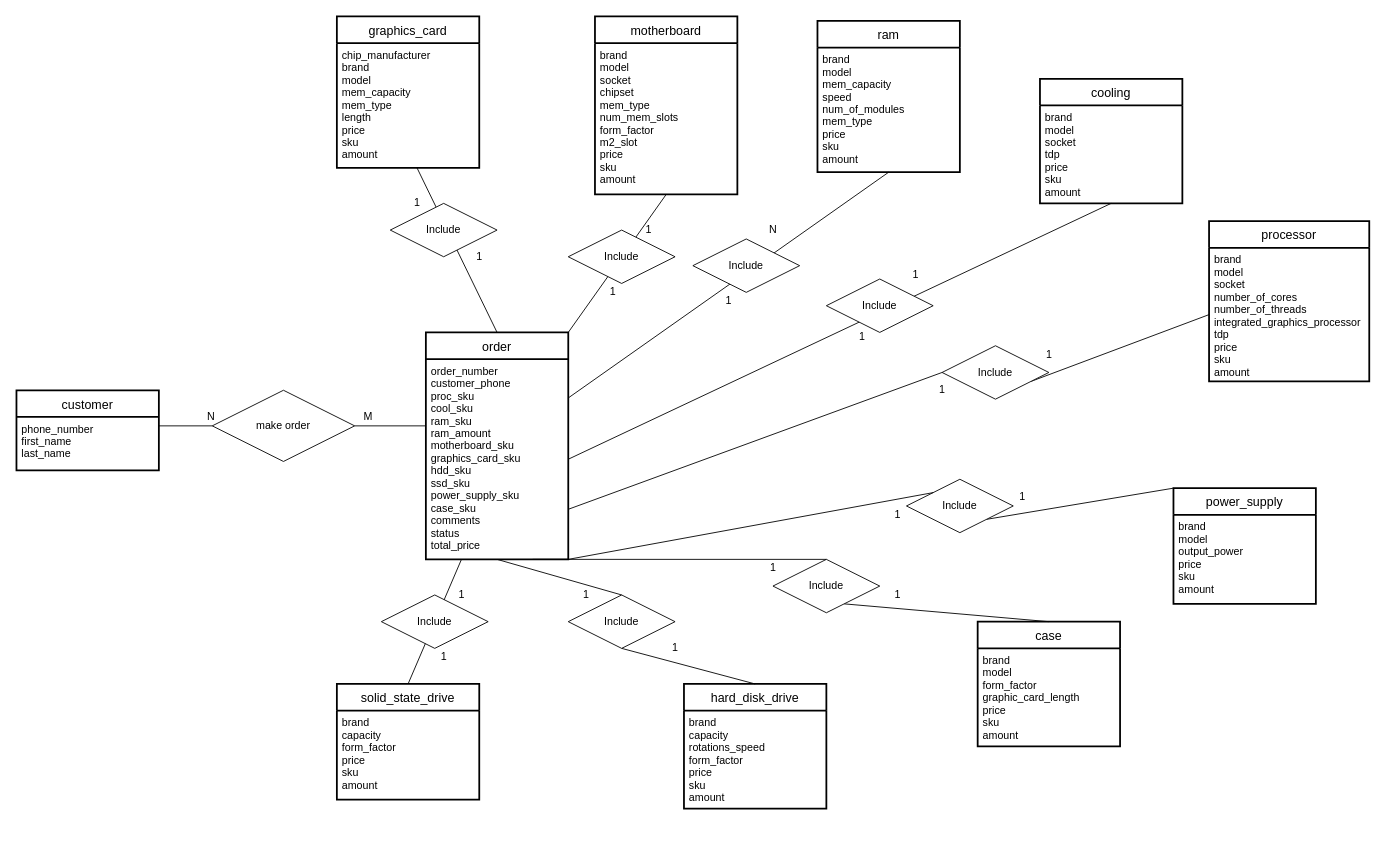
Above: Help/comuter_shop.drawio in RaEzhov/sql_project (draw.io), before the change. Source tidied: cells renumbered, new cells numbered last; positions are measured from the earlier drawing's top-left corner, leaving out a move shared by most shapes. Both pictures are drawn from the tidied source at 89%, with x=0, y=0 at pixel (16, 16).
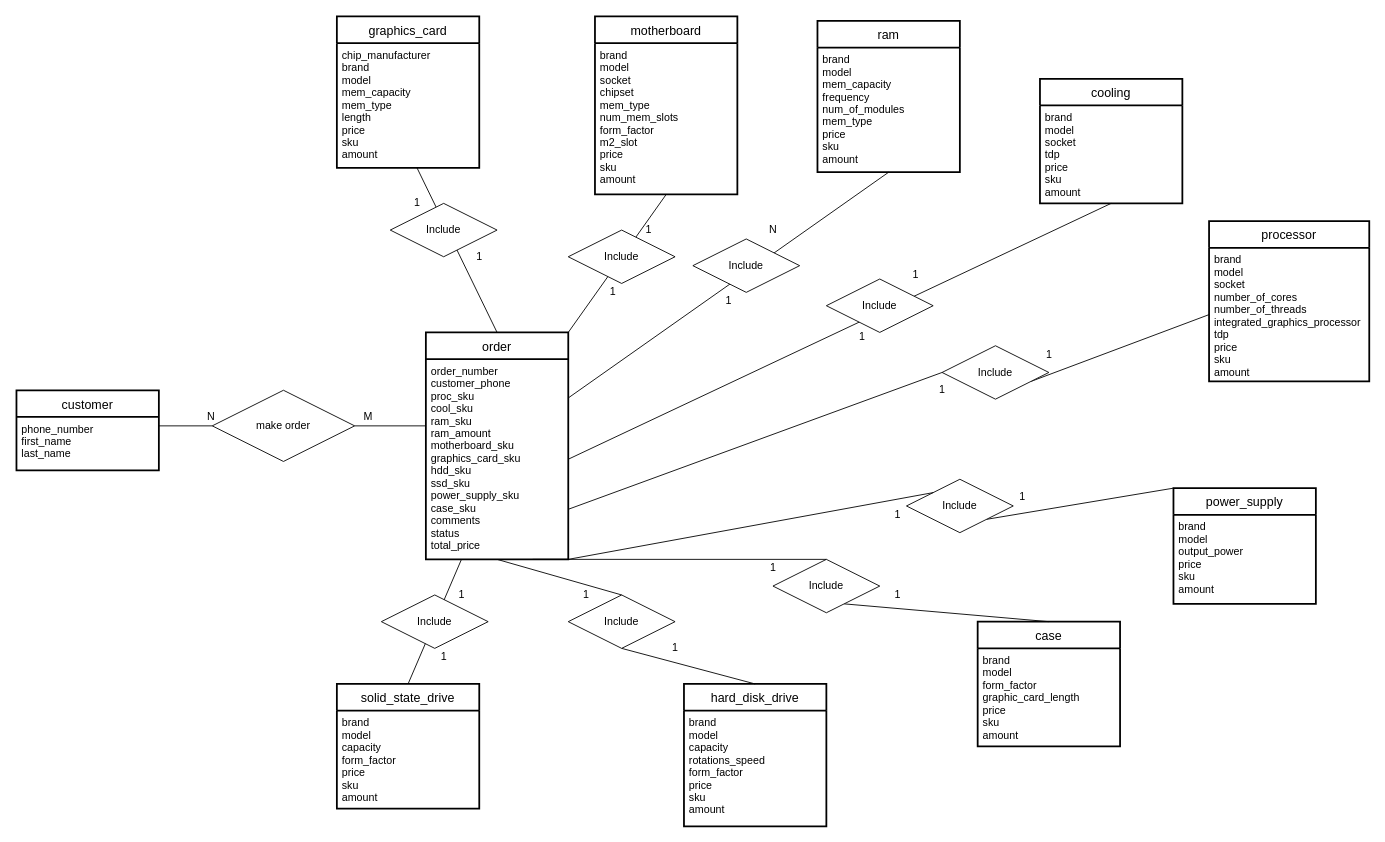
Above is the later version.

Commit message (it also covers changes not shown here):
Added to Readme, xslx and drawio are ended

Unchanged cells that the change refers to:
```xml
<mxCell id="6" value="ram" style="swimlane;horizontal=1;startSize=30;rounded=0;fontSize=14;fontStyle=0;strokeWidth=2;shadow=0;dashed=0;align=center;fontFamily=Helvetica;" parent="1" vertex="1">
  <mxGeometry x="900" y="5" width="160" height="170" as="geometry" />
</mxCell>
```

The edit, as a diff of the source:
```diff
@@
-    <mxCell id="7" value="brand&#10;model&#10;mem_capacity&#10;speed&#10;num_of_modules&#10;mem_type&#10;price&#10;sku&#10;amount" style="align=left;strokeColor=none;fillColor=none;spacingLeft=4;fontSize=12;verticalAlign=top;" parent="6" vertex="1">
+    <mxCell id="7" value="brand&#10;model&#10;mem_capacity&#10;frequency&#10;num_of_modules&#10;mem_type&#10;price&#10;sku&#10;amount" style="align=left;strokeColor=none;fillColor=none;spacingLeft=4;fontSize=12;verticalAlign=top;" parent="6" vertex="1">
       <mxGeometry y="30" width="160" height="140" as="geometry" />
     </mxCell>
@@
     <mxCell id="12" value="hard_disk_drive" style="swimlane;horizontal=1;startSize=30;rounded=0;fontSize=14;fontStyle=0;strokeWidth=2;shadow=0;dashed=0;align=center;fontFamily=Helvetica;" parent="1" vertex="1">
-      <mxGeometry x="750" y="750" width="160" height="140" as="geometry" />
+      <mxGeometry x="750" y="750" width="160" height="160" as="geometry" />
     </mxCell>
-    <mxCell id="13" value="brand&#10;capacity&#10;rotations_speed&#10;form_factor&#10;price&#10;sku&#10;amount" style="align=left;strokeColor=none;fillColor=none;spacingLeft=4;fontSize=12;verticalAlign=top;fontColor=default;" parent="12" vertex="1">
-      <mxGeometry y="30" width="160" height="110" as="geometry" />
+    <mxCell id="13" value="brand&#10;model&#10;capacity&#10;rotations_speed&#10;form_factor&#10;price&#10;sku&#10;amount" style="align=left;strokeColor=none;fillColor=none;spacingLeft=4;fontSize=12;verticalAlign=top;fontColor=default;" parent="12" vertex="1">
+      <mxGeometry y="30" width="160" height="130" as="geometry" />
     </mxCell>
     <mxCell id="14" value="solid_state_drive" style="swimlane;horizontal=1;startSize=30;rounded=0;fontSize=14;fontStyle=0;strokeWidth=2;shadow=0;dashed=0;align=center;fontFamily=Helvetica;fontColor=default;" parent="1" vertex="1">
-      <mxGeometry x="360" y="750" width="160" height="130" as="geometry" />
+      <mxGeometry x="360" y="750" width="160" height="140" as="geometry" />
     </mxCell>
-    <mxCell id="15" value="brand&#10;capacity&#10;form_factor&#10;price&#10;sku&#10;amount" style="align=left;strokeColor=none;fillColor=none;spacingLeft=4;fontSize=12;verticalAlign=top;" parent="14" vertex="1">
-      <mxGeometry y="30" width="160" height="100" as="geometry" />
+    <mxCell id="15" value="brand&#10;model&#10;capacity&#10;form_factor&#10;price&#10;sku&#10;amount" style="align=left;strokeColor=none;fillColor=none;spacingLeft=4;fontSize=12;verticalAlign=top;" parent="14" vertex="1">
+      <mxGeometry y="30" width="160" height="110" as="geometry" />
     </mxCell>
```
